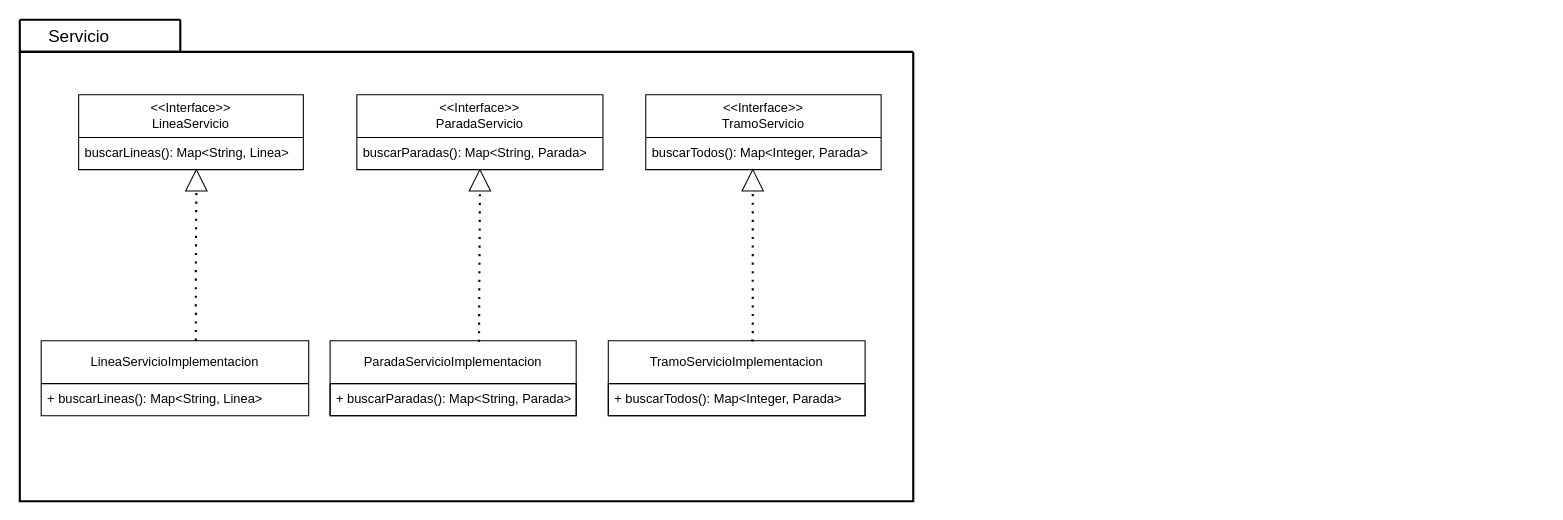
Earlier version of the draw.io diagram src/colectivo/doc/uml/drawio/colectivo.servicio.drawio (AverageZeko/POO-colectivos). Source tidied: cells renumbered, new cells numbered last; positions are measured from the earlier drawing's top-left corner, leaving out a move shared by most shapes. Both pictures are drawn from the tidied source at 107%, with x=0, y=0 at pixel (19, 19).
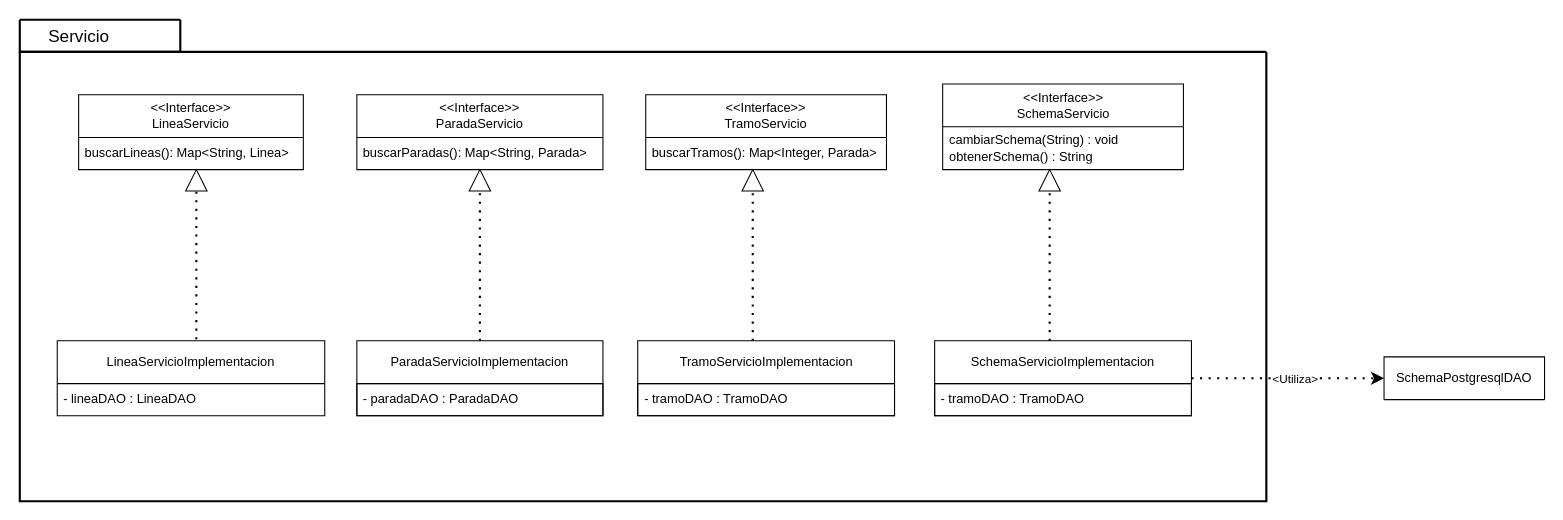
Above is the later version.

The change refers to these unchanged cells:
```xml
<mxCell id="5" style="triangle;whiteSpace=wrap;html=1;direction=north;" parent="2" vertex="1">
  <mxGeometry x="155" y="110" width="20" height="20" as="geometry" />
</mxCell>
<mxCell id="12" style="triangle;whiteSpace=wrap;html=1;direction=north;" parent="2" vertex="1">
  <mxGeometry x="675" y="110" width="20" height="20" as="geometry" />
</mxCell>
<mxCell id="13" style="triangle;whiteSpace=wrap;html=1;direction=north;" parent="2" vertex="1">
  <mxGeometry x="420" y="110" width="20" height="20" as="geometry" />
</mxCell>
```

Diff of the diagram source:
```diff
@@
     <mxCell id="2" style="swimlane;startSize=0;align=center;strokeWidth=2;" parent="1" vertex="1">
-      <mxGeometry y="30" width="835" height="420" as="geometry" />
+      <mxGeometry y="30" width="1165" height="420" as="geometry" />
     </mxCell>
@@
     <mxCell id="6" value="LineaServicioImplementacion" style="swimlane;fontStyle=0;horizontal=1;startSize=40;whiteSpace=wrap;html=1;" parent="2" vertex="1">
-      <mxGeometry x="20" y="270" width="250" height="70" as="geometry" />
+      <mxGeometry x="35" y="270" width="250" height="70" as="geometry" />
     </mxCell>
-    <mxCell id="7" value="+&amp;nbsp;buscarLineas(): Map&amp;lt;String, Linea&amp;gt;" style="text;strokeColor=none;fillColor=none;align=left;verticalAlign=middle;spacingLeft=4;spacingRight=4;overflow=hidden;whiteSpace=wrap;html=1;" parent="6" vertex="1">
+    <mxCell id="7" value="- lineaDAO : LineaDAO" style="text;strokeColor=none;fillColor=none;align=left;verticalAlign=middle;spacingLeft=4;spacingRight=4;overflow=hidden;whiteSpace=wrap;html=1;" parent="6" vertex="1">
       <mxGeometry y="40" width="250" height="30" as="geometry" />
     </mxCell>
     <mxCell id="8" value="ParadaServicioImplementacion" style="swimlane;fontStyle=0;horizontal=1;startSize=40;whiteSpace=wrap;html=1;" parent="2" vertex="1">
-      <mxGeometry x="290" y="270" width="230" height="70" as="geometry" />
+      <mxGeometry x="315" y="270" width="230" height="70" as="geometry" />
     </mxCell>
-    <mxCell id="9" value="+&amp;nbsp;buscarParadas(): Map&amp;lt;String, Parada&amp;gt;" style="text;strokeColor=default;fillColor=none;align=left;verticalAlign=middle;spacingLeft=4;spacingRight=4;overflow=hidden;whiteSpace=wrap;html=1;" parent="8" vertex="1">
+    <mxCell id="9" value="- paradaDAO : ParadaDAO" style="text;strokeColor=default;fillColor=none;align=left;verticalAlign=middle;spacingLeft=4;spacingRight=4;overflow=hidden;whiteSpace=wrap;html=1;" parent="8" vertex="1">
       <mxGeometry y="40" width="230" height="30" as="geometry" />
     </mxCell>
     <mxCell id="10" value="TramoServicioImplementacion" style="swimlane;fontStyle=0;horizontal=1;startSize=40;whiteSpace=wrap;html=1;" parent="2" vertex="1">
-      <mxGeometry x="550" y="270" width="240" height="70" as="geometry" />
+      <mxGeometry x="577.5" y="270" width="240" height="70" as="geometry" />
     </mxCell>
-    <mxCell id="11" value="+&amp;nbsp;buscarTodos(): Map&amp;lt;Integer, Parada&amp;gt;" style="text;strokeColor=default;fillColor=none;align=left;verticalAlign=middle;spacingLeft=4;spacingRight=4;overflow=hidden;whiteSpace=wrap;html=1;" parent="10" vertex="1">
+    <mxCell id="11" value="- tramoDAO : TramoDAO" style="text;strokeColor=default;fillColor=none;align=left;verticalAlign=middle;spacingLeft=4;spacingRight=4;overflow=hidden;whiteSpace=wrap;html=1;" parent="10" vertex="1">
       <mxGeometry y="40" width="240" height="30" as="geometry" />
     </mxCell>
@@
     <mxCell id="16" value="&lt;div&gt;&amp;lt;&amp;lt;Interface&amp;gt;&amp;gt;&lt;/div&gt;&lt;div&gt;TramoServicio&lt;/div&gt;" style="swimlane;fontStyle=0;horizontal=1;startSize=40;whiteSpace=wrap;html=1;" parent="2" vertex="1">
-      <mxGeometry x="585" y="40" width="220" height="70" as="geometry" />
+      <mxGeometry x="585" y="40" width="225" height="70" as="geometry" />
     </mxCell>
-    <mxCell id="17" value="buscarTodos(): Map&amp;lt;Integer, Parada&amp;gt;" style="text;strokeColor=none;fillColor=none;align=left;verticalAlign=middle;spacingLeft=4;spacingRight=4;overflow=hidden;whiteSpace=wrap;html=1;" parent="16" vertex="1">
-      <mxGeometry y="40" width="220" height="30" as="geometry" />
+    <mxCell id="17" value="buscarTramos(): Map&amp;lt;Integer, Parada&amp;gt;" style="text;strokeColor=none;fillColor=none;align=left;verticalAlign=middle;spacingLeft=4;spacingRight=4;overflow=hidden;whiteSpace=wrap;html=1;" parent="16" vertex="1">
+      <mxGeometry y="40" width="225" height="30" as="geometry" />
     </mxCell>
-    <mxCell id="18" style="endArrow=none;dashed=1;html=1;dashPattern=1 3;strokeWidth=2;rounded=0;entryX=0;entryY=0.5;entryDx=0;entryDy=0;edgeStyle=orthogonalEdgeStyle;startArrow=none;startFill=0;exitX=0.605;exitY=0.014;exitDx=0;exitDy=0;exitPerimeter=0;" parent="2" edge="1" source="8" target="13">
+    <mxCell id="18" style="endArrow=none;dashed=1;html=1;dashPattern=1 3;strokeWidth=2;rounded=0;entryX=0;entryY=0.5;entryDx=0;entryDy=0;edgeStyle=orthogonalEdgeStyle;startArrow=none;startFill=0;" parent="2" edge="1" target="13">
       <mxGeometry relative="1" as="geometry">
+        <mxPoint x="430" y="270" as="sourcePoint" />
         <Array as="points">
           <mxPoint x="430" y="270" />
         </Array>
       </mxGeometry>
     </mxCell>
-    <mxCell id="19" style="endArrow=none;dashed=1;html=1;dashPattern=1 3;strokeWidth=2;rounded=0;entryX=0;entryY=0.5;entryDx=0;entryDy=0;exitX=0.578;exitY=-0.002;exitDx=0;exitDy=0;edgeStyle=orthogonalEdgeStyle;exitPerimeter=0;" parent="2" edge="1" source="6" target="5">
+    <mxCell id="19" style="endArrow=none;dashed=1;html=1;dashPattern=1 3;strokeWidth=2;rounded=0;entryX=0;entryY=0.5;entryDx=0;entryDy=0;exitX=0.52;exitY=-0.02;exitDx=0;exitDy=0;edgeStyle=orthogonalEdgeStyle;exitPerimeter=0;" parent="2" edge="1" source="6" target="5">
       <mxGeometry relative="1" as="geometry" />
     </mxCell>
-    <mxCell id="20" style="endArrow=none;dashed=1;html=1;dashPattern=1 3;strokeWidth=2;rounded=0;entryX=0;entryY=0.5;entryDx=0;entryDy=0;edgeStyle=orthogonalEdgeStyle;startArrow=none;startFill=0;exitX=0.557;exitY=-0.006;exitDx=0;exitDy=0;exitPerimeter=0;" parent="2" edge="1" source="10" target="12">
+    <mxCell id="20" style="endArrow=none;dashed=1;html=1;dashPattern=1 3;strokeWidth=2;rounded=0;entryX=0;entryY=0.5;entryDx=0;entryDy=0;edgeStyle=orthogonalEdgeStyle;startArrow=none;startFill=0;" parent="2" edge="1" target="12">
       <mxGeometry relative="1" as="geometry">
+        <mxPoint x="685" y="270" as="sourcePoint" />
         <Array as="points">
           <mxPoint x="685" y="270" />
         </Array>
       </mxGeometry>
     </mxCell>
+    <mxCell id="23" value="SchemaServicioImplementacion" style="swimlane;fontStyle=0;horizontal=1;startSize=40;whiteSpace=wrap;html=1;" parent="2" vertex="1">
+      <mxGeometry x="855" y="270" width="240" height="70" as="geometry" />
+    </mxCell>
+    <mxCell id="24" value="- tramoDAO : TramoDAO" style="text;strokeColor=default;fillColor=none;align=left;verticalAlign=middle;spacingLeft=4;spacingRight=4;overflow=hidden;whiteSpace=wrap;html=1;" parent="23" vertex="1">
+      <mxGeometry y="40" width="240" height="30" as="geometry" />
+    </mxCell>
+    <mxCell id="25" style="triangle;whiteSpace=wrap;html=1;direction=north;" parent="2" vertex="1">
+      <mxGeometry x="952.5" y="110" width="20" height="20" as="geometry" />
+    </mxCell>
+    <mxCell id="26" value="&lt;div&gt;&amp;lt;&amp;lt;Interface&amp;gt;&amp;gt;&lt;/div&gt;&lt;div&gt;SchemaServicio&lt;/div&gt;" style="swimlane;fontStyle=0;horizontal=1;startSize=40;whiteSpace=wrap;html=1;" parent="2" vertex="1">
+      <mxGeometry x="862.5" y="30" width="225" height="80" as="geometry" />
+    </mxCell>
+    <mxCell id="27" value="&lt;div&gt;cambiarSchema(String) : void&lt;/div&gt;&lt;div&gt;obtenerSchema() : String&lt;/div&gt;" style="text;strokeColor=none;fillColor=none;align=left;verticalAlign=middle;spacingLeft=4;spacingRight=4;overflow=hidden;whiteSpace=wrap;html=1;" parent="26" vertex="1">
+      <mxGeometry y="40" width="225" height="40" as="geometry" />
+    </mxCell>
+    <mxCell id="28" style="endArrow=none;dashed=1;html=1;dashPattern=1 3;strokeWidth=2;rounded=0;entryX=0;entryY=0.5;entryDx=0;entryDy=0;edgeStyle=orthogonalEdgeStyle;startArrow=none;startFill=0;" parent="2" edge="1" target="25">
+      <mxGeometry relative="1" as="geometry">
+        <mxPoint x="962.5" y="270" as="sourcePoint" />
+        <Array as="points">
+          <mxPoint x="962.5" y="270" />
+        </Array>
+      </mxGeometry>
+    </mxCell>
@@
+    <mxCell id="29" value="SchemaPostgresqlDAO" style="swimlane;fontStyle=0;horizontal=1;startSize=100;whiteSpace=wrap;html=1;" parent="1" vertex="1">
+      <mxGeometry x="1275" y="315" width="150" height="40" as="geometry" />
+    </mxCell>
+    <mxCell id="30" style="endArrow=classic;dashed=1;html=1;dashPattern=1 3;strokeWidth=2;rounded=0;entryX=0;entryY=0.5;entryDx=0;entryDy=0;exitX=1;exitY=0.5;exitDx=0;exitDy=0;endFill=1;" parent="1" edge="1" source="23" target="29">
+      <mxGeometry relative="1" as="geometry" />
+    </mxCell>
+    <mxCell id="31" value="&amp;lt;Utiliza&amp;gt;" style="edgeLabel;html=1;align=center;verticalAlign=middle;" parent="30" vertex="1">
+      <mxGeometry x="-0.08" y="4" relative="1" as="geometry">
+        <mxPoint x="13" y="4" as="offset" />
+      </mxGeometry>
+    </mxCell>
```
